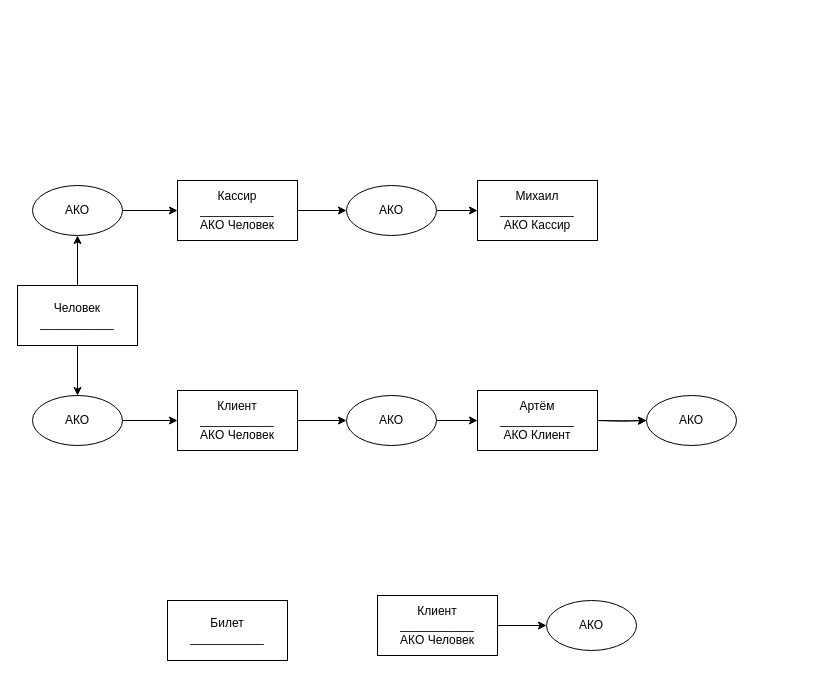
ArtemYo8283/test keeps this draw.io diagram as frames.drawio. Above is the earlier version. Source tidied: cells renumbered, new cells numbered last; positions are measured from the earlier drawing's top-left corner, leaving out a move shared by most shapes. Both pictures are drawn from the tidied source at 100%, with x=0, y=0 at pixel (17, 180).
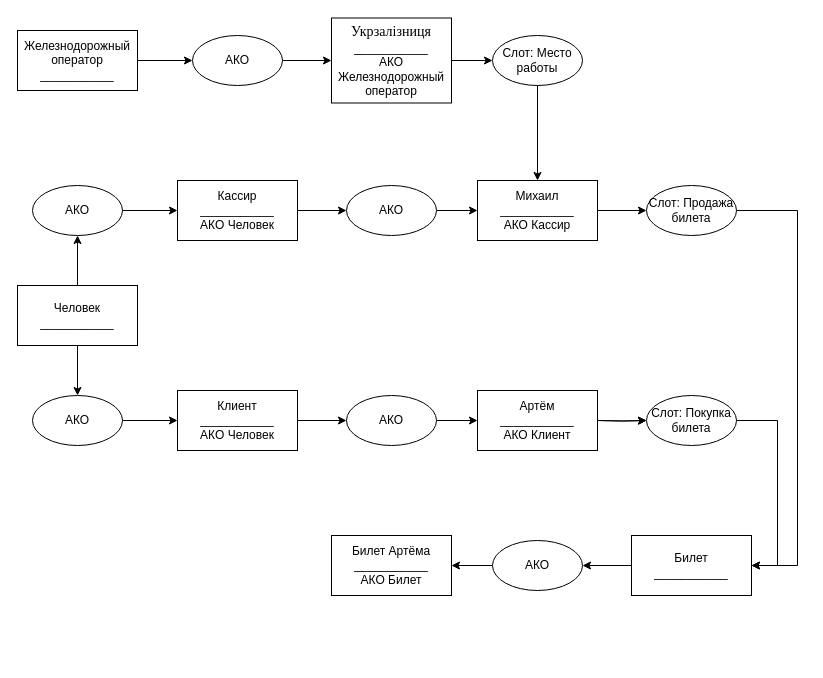
Above is the later version.

Unchanged cells that the change refers to:
```xml
<mxCell id="19" value="Михаил&lt;br&gt;___________&lt;br&gt;АКО Кассир" style="rounded=0;whiteSpace=wrap;html=1;" parent="1" vertex="1">
  <mxGeometry x="460" width="120" height="60" as="geometry" />
</mxCell>
```

What changed in the source:
```diff
@@
+    <mxCell id="26" style="edgeStyle=orthogonalEdgeStyle;rounded=0;jettySize=auto;html=1;entryX=1;entryY=0.5;entryDx=0;entryDy=0;" parent="1" edge="1" source="21" target="22">
+      <mxGeometry relative="1" as="geometry">
+        <Array as="points">
+          <mxPoint x="760" y="240" />
+          <mxPoint x="760" y="385" />
+        </Array>
+      </mxGeometry>
+    </mxCell>
-    <mxCell id="21" value="АКО" style="ellipse;whiteSpace=wrap;html=1;" parent="1" vertex="1">
+    <mxCell id="21" value="Слот: Покупка билета" style="ellipse;whiteSpace=wrap;html=1;" parent="1" vertex="1">
       <mxGeometry x="629" y="215" width="90" height="50" as="geometry" />
     </mxCell>
+    <mxCell id="27" style="edgeStyle=orthogonalEdgeStyle;rounded=0;jettySize=auto;html=1;exitX=0;exitY=0.5;exitDx=0;exitDy=0;entryX=1;entryY=0.5;entryDx=0;entryDy=0;" parent="1" edge="1" source="22" target="25">
+      <mxGeometry relative="1" as="geometry" />
+    </mxCell>
     <mxCell id="22" value="Билет&lt;br&gt;___________" style="rounded=0;whiteSpace=wrap;html=1;" parent="1" vertex="1">
-      <mxGeometry x="150" y="420" width="120" height="60" as="geometry" />
+      <mxGeometry x="614" y="355" width="120" height="60" as="geometry" />
     </mxCell>
-    <mxCell id="23" style="edgeStyle=orthogonalEdgeStyle;rounded=0;jettySize=auto;html=1;exitX=1;exitY=0.5;exitDx=0;exitDy=0;entryX=0;entryY=0.5;entryDx=0;entryDy=0;" parent="1" edge="1" source="24" target="25">
-      <mxGeometry relative="1" as="geometry" />
-    </mxCell>
-    <mxCell id="24" value="Клиент&lt;br&gt;___________&lt;br&gt;АКО Человек" style="rounded=0;whiteSpace=wrap;html=1;" parent="1" vertex="1">
-      <mxGeometry x="360" y="415" width="120" height="60" as="geometry" />
+    <mxCell id="24" value="Билет Артёма&lt;br&gt;___________&lt;br&gt;АКО Билет" style="rounded=0;whiteSpace=wrap;html=1;" parent="1" vertex="1">
+      <mxGeometry x="314" y="355" width="120" height="60" as="geometry" />
     </mxCell>
+    <mxCell id="28" style="edgeStyle=orthogonalEdgeStyle;rounded=0;jettySize=auto;html=1;exitX=0;exitY=0.5;exitDx=0;exitDy=0;entryX=1;entryY=0.5;entryDx=0;entryDy=0;" parent="1" edge="1" source="25" target="24">
+      <mxGeometry relative="1" as="geometry" />
+    </mxCell>
     <mxCell id="25" value="АКО" style="ellipse;whiteSpace=wrap;html=1;" parent="1" vertex="1">
-      <mxGeometry x="529" y="420" width="90" height="50" as="geometry" />
+      <mxGeometry x="475" y="360" width="90" height="50" as="geometry" />
     </mxCell>
+    <mxCell id="29" style="edgeStyle=orthogonalEdgeStyle;rounded=0;jettySize=auto;html=1;exitX=1;exitY=0.5;exitDx=0;exitDy=0;entryX=0;entryY=0.5;entryDx=0;entryDy=0;" parent="1" edge="1" source="19" target="31">
+      <mxGeometry relative="1" as="geometry" />
+    </mxCell>
+    <mxCell id="30" style="edgeStyle=orthogonalEdgeStyle;rounded=0;jettySize=auto;html=1;entryX=1;entryY=0.5;entryDx=0;entryDy=0;exitX=1;exitY=0.5;exitDx=0;exitDy=0;" parent="1" edge="1" source="31" target="22">
+      <mxGeometry relative="1" as="geometry">
+        <Array as="points">
+          <mxPoint x="780" y="30" />
+          <mxPoint x="780" y="385" />
+        </Array>
+      </mxGeometry>
+    </mxCell>
+    <mxCell id="31" value="Слот: Продажа билета" style="ellipse;whiteSpace=wrap;html=1;" parent="1" vertex="1">
+      <mxGeometry x="629" y="5" width="90" height="50" as="geometry" />
+    </mxCell>
+    <mxCell id="32" style="edgeStyle=orthogonalEdgeStyle;rounded=0;jettySize=auto;html=1;exitX=0.5;exitY=1;exitDx=0;exitDy=0;entryX=0.5;entryY=0;entryDx=0;entryDy=0;" parent="1" edge="1" source="33" target="19">
+      <mxGeometry relative="1" as="geometry" />
+    </mxCell>
+    <mxCell id="33" value="Слот: Место работы" style="ellipse;whiteSpace=wrap;html=1;" parent="1" vertex="1">
+      <mxGeometry x="475" y="-145" width="90" height="50" as="geometry" />
+    </mxCell>
+    <mxCell id="34" style="edgeStyle=orthogonalEdgeStyle;rounded=0;jettySize=auto;html=1;exitX=1;exitY=0.5;exitDx=0;exitDy=0;entryX=0;entryY=0.5;entryDx=0;entryDy=0;" parent="1" edge="1" source="35" target="33">
+      <mxGeometry relative="1" as="geometry" />
+    </mxCell>
+    <mxCell id="35" value="&lt;span lang=&quot;UK&quot; style=&quot;line-height: 150% ; font-family: &amp;#34;times new roman&amp;#34; , serif&quot;&gt;&lt;font style=&quot;font-size: 14px&quot;&gt;Укрзалізниця&lt;/font&gt;&lt;/span&gt;&lt;br&gt;&lt;span&gt;___________&lt;/span&gt;&lt;br&gt;&lt;span&gt;АКО Железнодорожный оператор&lt;/span&gt;" style="rounded=0;whiteSpace=wrap;html=1;" parent="1" vertex="1">
+      <mxGeometry x="314" y="-162.5" width="120" height="85" as="geometry" />
+    </mxCell>
+    <mxCell id="36" style="edgeStyle=orthogonalEdgeStyle;rounded=0;jettySize=auto;html=1;exitX=1;exitY=0.5;exitDx=0;exitDy=0;entryX=0;entryY=0.5;entryDx=0;entryDy=0;" parent="1" edge="1" source="37" target="35">
+      <mxGeometry relative="1" as="geometry" />
+    </mxCell>
+    <mxCell id="37" value="АКО" style="ellipse;whiteSpace=wrap;html=1;" parent="1" vertex="1">
+      <mxGeometry x="175" y="-145" width="90" height="50" as="geometry" />
+    </mxCell>
+    <mxCell id="38" style="edgeStyle=orthogonalEdgeStyle;rounded=0;jettySize=auto;html=1;exitX=1;exitY=0.5;exitDx=0;exitDy=0;entryX=0;entryY=0.5;entryDx=0;entryDy=0;" parent="1" edge="1" source="39" target="37">
+      <mxGeometry relative="1" as="geometry" />
+    </mxCell>
+    <mxCell id="39" value="Железнодорожный оператор&lt;br&gt;___________" style="rounded=0;whiteSpace=wrap;html=1;" parent="1" vertex="1">
+      <mxGeometry y="-150" width="120" height="60" as="geometry" />
+    </mxCell>
```
